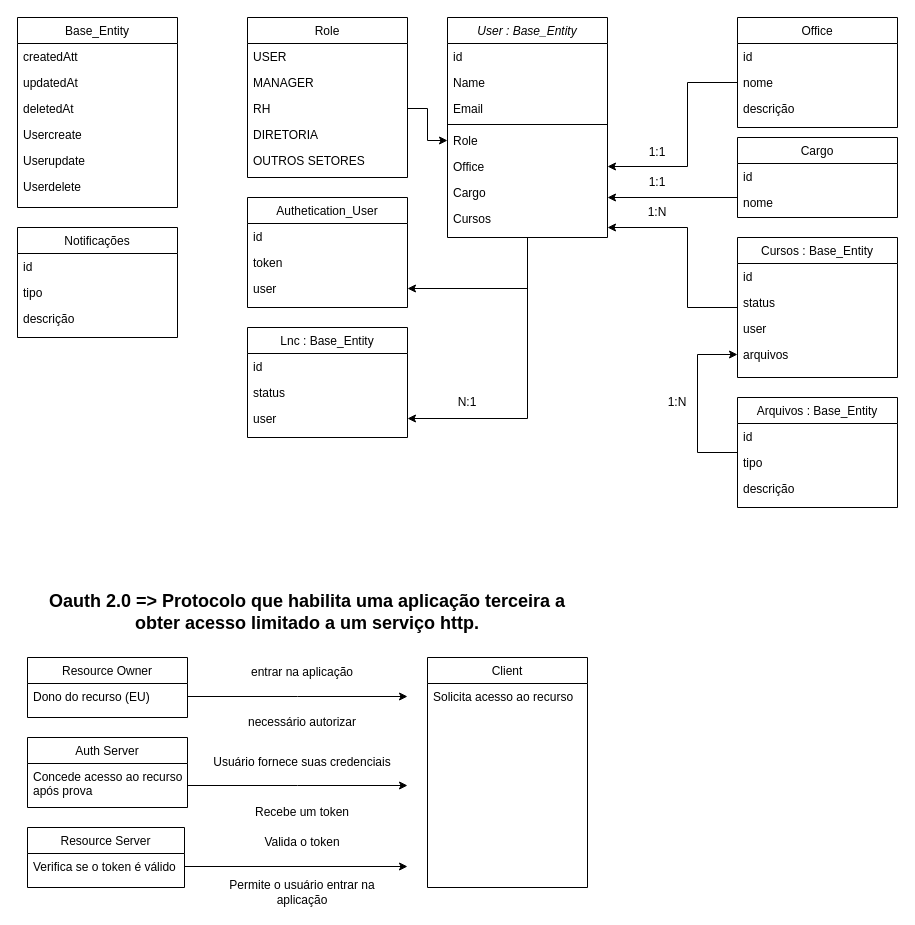
devjuliomesquita/Project_Core keeps this draw.io diagram as SGC.drawio. Above is the earlier version. Source tidied: cells renumbered, new cells numbered last; positions are measured from the earlier drawing's top-left corner, leaving out a move shared by most shapes. Both pictures are drawn from the tidied source at 100%, with x=0, y=0 at pixel (17, 17).
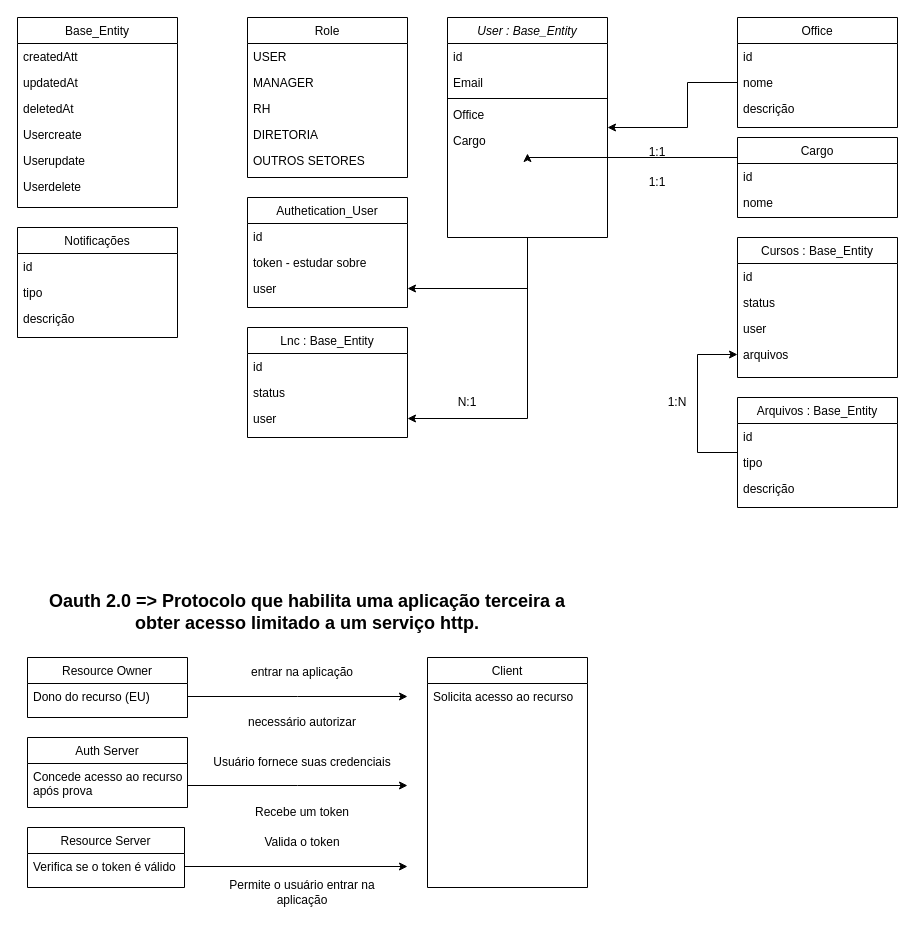
The same diagram, later.

Unchanged cells that the change refers to:
```xml
<mxCell id="4" value="User : Base_Entity" style="swimlane;fontStyle=2;align=center;verticalAlign=top;horizontal=1;startSize=26;rounded=0;shadow=0;strokeWidth=1;" parent="1" vertex="1">
  <mxGeometry x="430" width="160" height="220" as="geometry" />
</mxCell>
<mxCell id="16" value="RH" style="text;align=left;verticalAlign=top;spacingLeft=4;spacingRight=4;overflow=hidden;points=[[0,0.5],[1,0.5]];portConstraint=eastwest;rounded=0;shadow=0;html=0;" parent="13" vertex="1">
  <mxGeometry y="78" width="160" height="26" as="geometry" />
</mxCell>
<mxCell id="21" value="nome" style="text;align=left;verticalAlign=top;spacingLeft=4;spacingRight=4;overflow=hidden;points=[[0,0.5],[1,0.5]];portConstraint=eastwest;" parent="19" vertex="1">
  <mxGeometry y="52" width="160" height="26" as="geometry" />
</mxCell>
<mxCell id="31" value="id" style="text;align=left;verticalAlign=top;spacingLeft=4;spacingRight=4;overflow=hidden;points=[[0,0.5],[1,0.5]];portConstraint=eastwest;" parent="30" vertex="1">
  <mxGeometry y="26" width="160" height="26" as="geometry" />
</mxCell>
<mxCell id="36" value="Authetication_User" style="swimlane;fontStyle=0;align=center;verticalAlign=top;horizontal=1;startSize=26;rounded=0;shadow=0;strokeWidth=1;" parent="1" vertex="1">
  <mxGeometry x="230" y="180" width="160" height="110" as="geometry" />
</mxCell>
<mxCell id="45" value="Cursos : Base_Entity" style="swimlane;fontStyle=0;align=center;verticalAlign=top;horizontal=1;startSize=26;rounded=0;shadow=0;strokeWidth=1;" parent="1" vertex="1">
  <mxGeometry x="720" y="220" width="160" height="140" as="geometry" />
</mxCell>
```

Change to the diagram source:
```diff
@@
-    <mxCell id="6" value="Name" style="text;align=left;verticalAlign=top;spacingLeft=4;spacingRight=4;overflow=hidden;" parent="4" vertex="1">
-      <mxGeometry y="52" width="160" height="26" as="geometry" />
-    </mxCell>
     <mxCell id="7" value="Email" style="text;align=left;verticalAlign=top;spacingLeft=4;spacingRight=4;overflow=hidden;rounded=0;shadow=0;html=0;" parent="4" vertex="1">
-      <mxGeometry y="78" width="160" height="26" as="geometry" />
+      <mxGeometry y="52" width="160" height="26" as="geometry" />
     </mxCell>
     <mxCell id="8" style="line;html=1;strokeWidth=1;align=left;verticalAlign=middle;spacingTop=-1;spacingLeft=3;spacingRight=3;labelPosition=right;" parent="4" vertex="1">
-      <mxGeometry y="104" width="160" height="6" as="geometry" />
+      <mxGeometry y="78" width="160" height="6" as="geometry" />
     </mxCell>
-    <mxCell id="9" value="Role" style="text;align=left;verticalAlign=top;spacingLeft=4;spacingRight=4;overflow=hidden;points=[[0,0.5],[1,0.5]];portConstraint=eastwest;" parent="4" vertex="1">
-      <mxGeometry y="110" width="160" height="26" as="geometry" />
-    </mxCell>
     <mxCell id="10" value="Office" style="text;align=left;verticalAlign=top;spacingLeft=4;spacingRight=4;overflow=hidden;points=[[0,0.5],[1,0.5]];portConstraint=eastwest;" parent="4" vertex="1">
-      <mxGeometry y="136" width="160" height="26" as="geometry" />
+      <mxGeometry y="84" width="160" height="26" as="geometry" />
     </mxCell>
     <mxCell id="11" value="Cargo" style="text;align=left;verticalAlign=top;spacingLeft=4;spacingRight=4;overflow=hidden;points=[[0,0.5],[1,0.5]];portConstraint=eastwest;" parent="4" vertex="1">
-      <mxGeometry y="162" width="160" height="26" as="geometry" />
+      <mxGeometry y="110" width="160" height="26" as="geometry" />
     </mxCell>
-    <mxCell id="12" value="Cursos" style="text;align=left;verticalAlign=top;spacingLeft=4;spacingRight=4;overflow=hidden;points=[[0,0.5],[1,0.5]];portConstraint=eastwest;" parent="4" vertex="1">
-      <mxGeometry y="188" width="160" height="26" as="geometry" />
-    </mxCell>
@@
     <mxCell id="33" style="edgeStyle=orthogonalEdgeStyle;rounded=0;jettySize=auto;html=1;exitX=0;exitY=0.5;exitDx=0;exitDy=0;" parent="1" edge="1" source="31" target="11">
       <mxGeometry relative="1" as="geometry">
         <Array as="points">
-          <mxPoint x="720" y="180" />
+          <mxPoint x="720" y="140" />
+          <mxPoint x="510" y="140" />
         </Array>
       </mxGeometry>
     </mxCell>
     <mxCell id="34" style="edgeStyle=orthogonalEdgeStyle;rounded=0;jettySize=auto;html=1;exitX=0;exitY=0.5;exitDx=0;exitDy=0;" parent="1" edge="1" source="21" target="10">
       <mxGeometry relative="1" as="geometry">
         <Array as="points">
           <mxPoint x="670" y="65" />
-          <mxPoint x="670" y="149" />
+          <mxPoint x="670" y="110" />
         </Array>
       </mxGeometry>
     </mxCell>
-    <mxCell id="35" style="edgeStyle=orthogonalEdgeStyle;rounded=0;jettySize=auto;html=1;exitX=1;exitY=0.5;exitDx=0;exitDy=0;" parent="1" edge="1" source="16" target="9">
-      <mxGeometry relative="1" as="geometry" />
-    </mxCell>
@@
-    <mxCell id="38" value="token" style="text;align=left;verticalAlign=top;spacingLeft=4;spacingRight=4;overflow=hidden;rounded=0;shadow=0;html=0;" parent="36" vertex="1">
+    <mxCell id="38" value="token - estudar sobre" style="text;align=left;verticalAlign=top;spacingLeft=4;spacingRight=4;overflow=hidden;rounded=0;shadow=0;html=0;" parent="36" vertex="1">
       <mxGeometry y="52" width="160" height="26" as="geometry" />
     </mxCell>
@@
-    <mxCell id="44" style="edgeStyle=orthogonalEdgeStyle;rounded=0;jettySize=auto;html=1;" parent="1" edge="1" source="45" target="12">
-      <mxGeometry relative="1" as="geometry">
-        <Array as="points">
-          <mxPoint x="670" y="290" />
-          <mxPoint x="670" y="210" />
-        </Array>
-      </mxGeometry>
-    </mxCell>
@@
-    <mxCell id="81" value="1:N" style="text;strokeColor=none;align=center;fillColor=none;html=1;verticalAlign=middle;whiteSpace=wrap;rounded=0;" parent="1" vertex="1">
-      <mxGeometry x="610" y="180" width="60" height="30" as="geometry" />
-    </mxCell>
```
